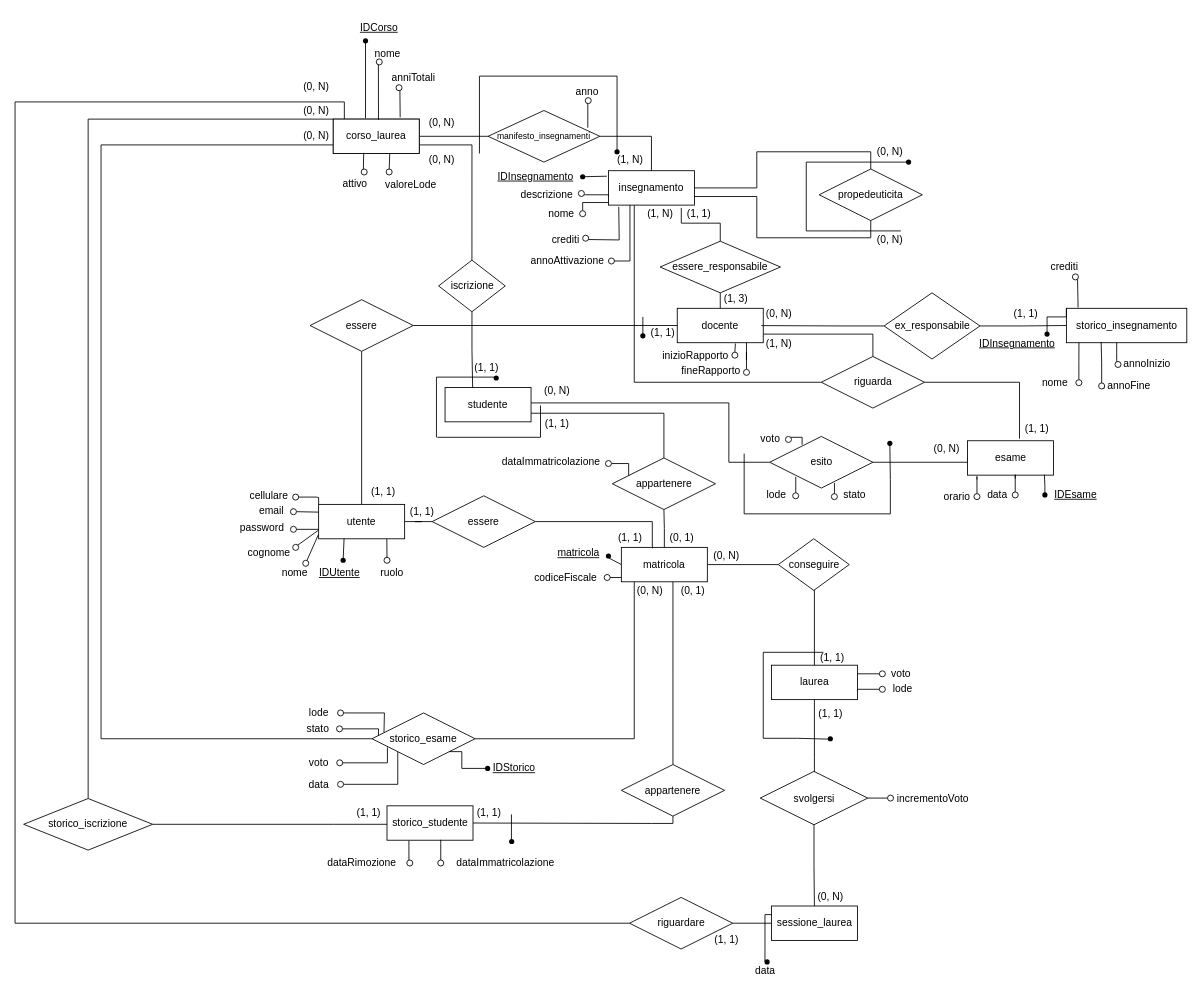
Above: page "ER Ristrutturato" (2 of 3) of uni.drawio in michelebolis/UniversityExamSystem (draw.io), before the change. Source tidied: cells renumbered, new cells numbered last; positions are measured from the earlier drawing's top-left corner, leaving out a move shared by most shapes. Both pictures are drawn from the tidied source at 86%, with x=0, y=0 at pixel (15, 15).
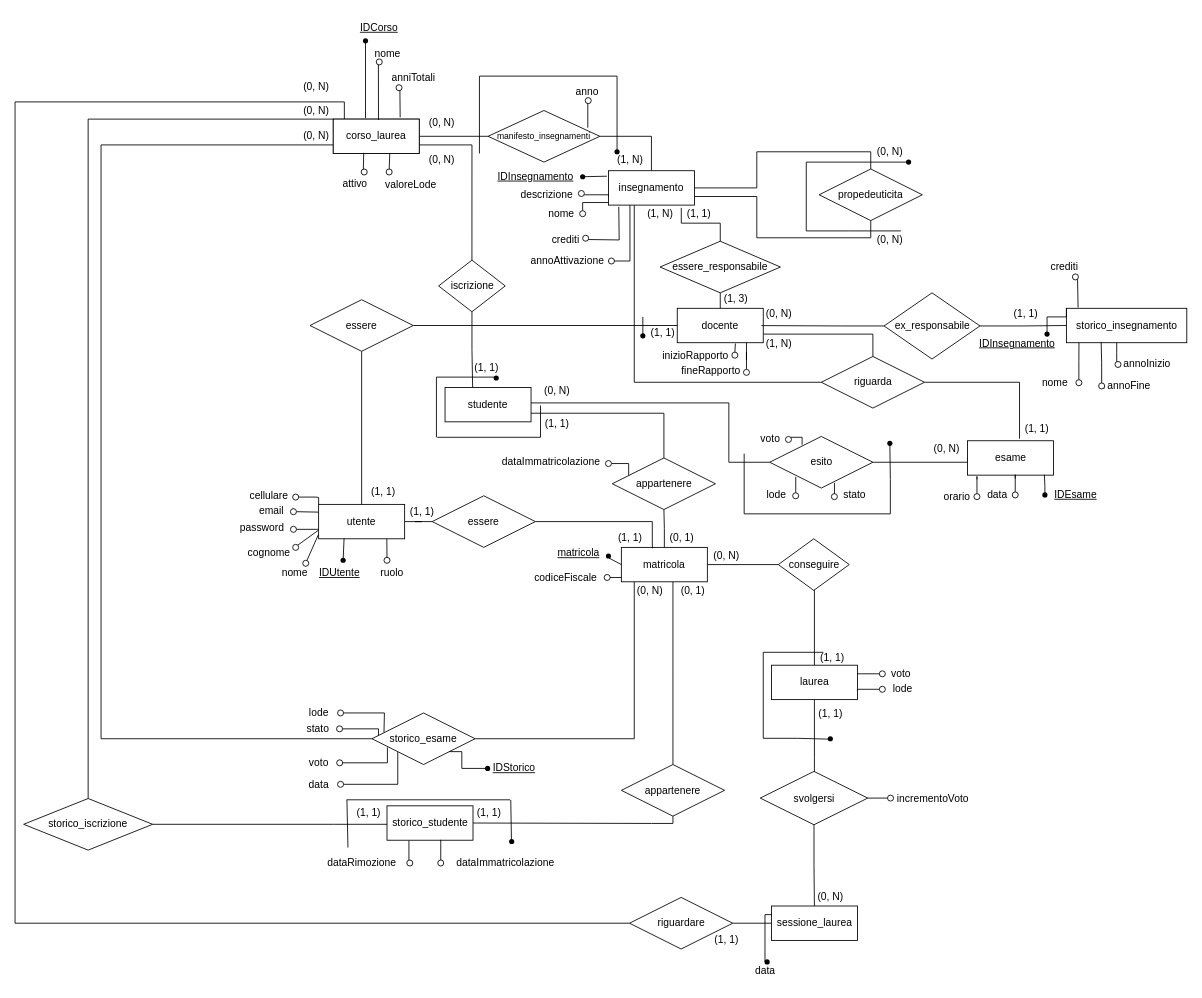
The same page after the edit.

Unchanged cells that the change refers to:
```xml
<mxCell id="76" value="(1, 1)" style="text;html=1;align=center;verticalAlign=middle;points=[];strokeColor=none;fillColor=none;" parent="1" vertex="1">
  <mxGeometry x="525.5" y="912.5" width="50" height="30" as="geometry" />
</mxCell>
```

What changed in the source:
```diff
@@
-    <mxCell id="128" style="endArrow=none;html=1;rounded=0;" parent="1" edge="1">
+    <mxCell id="128" style="endArrow=none;html=1;rounded=0;entryX=1.018;entryY=0.003;entryDx=0;entryDy=0;entryPerimeter=0;" parent="1" edge="1" target="76">
       <mxGeometry relative="1" as="geometry">
         <mxPoint x="577.2" y="959.5" as="sourcePoint" />
-        <mxPoint x="577.2" y="929.5" as="targetPoint" />
       </mxGeometry>
     </mxCell>
@@
+    <mxCell id="264" style="edgeStyle=none;orthogonalLoop=1;jettySize=auto;html=1;rounded=0;endArrow=none;endFill=0;" parent="1" edge="1">
+      <mxGeometry relative="1" as="geometry">
+        <mxPoint x="575.5" y="912.5" as="sourcePoint" />
+        <mxPoint x="385.5" y="912.5" as="targetPoint" />
+      </mxGeometry>
+    </mxCell>
+    <mxCell id="265" style="endArrow=none;html=1;rounded=0;" parent="1" edge="1">
+      <mxGeometry relative="1" as="geometry">
+        <mxPoint x="387.1" y="968" as="sourcePoint" />
+        <mxPoint x="385.9" y="912.5" as="targetPoint" />
+      </mxGeometry>
+    </mxCell>
```
